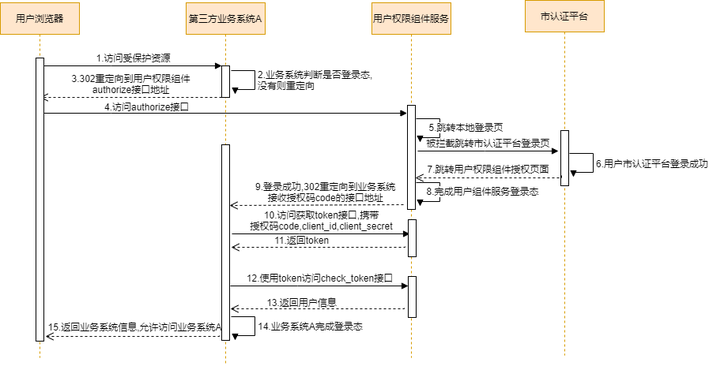
Earlier version of the draw.io export 用户权限组件单点登录市认证.png (lsdu0/drawio). Source tidied: cells renumbered, new cells last; positions are measured from the earlier drawing's top-left corner, leaving out a move shared by most shapes.
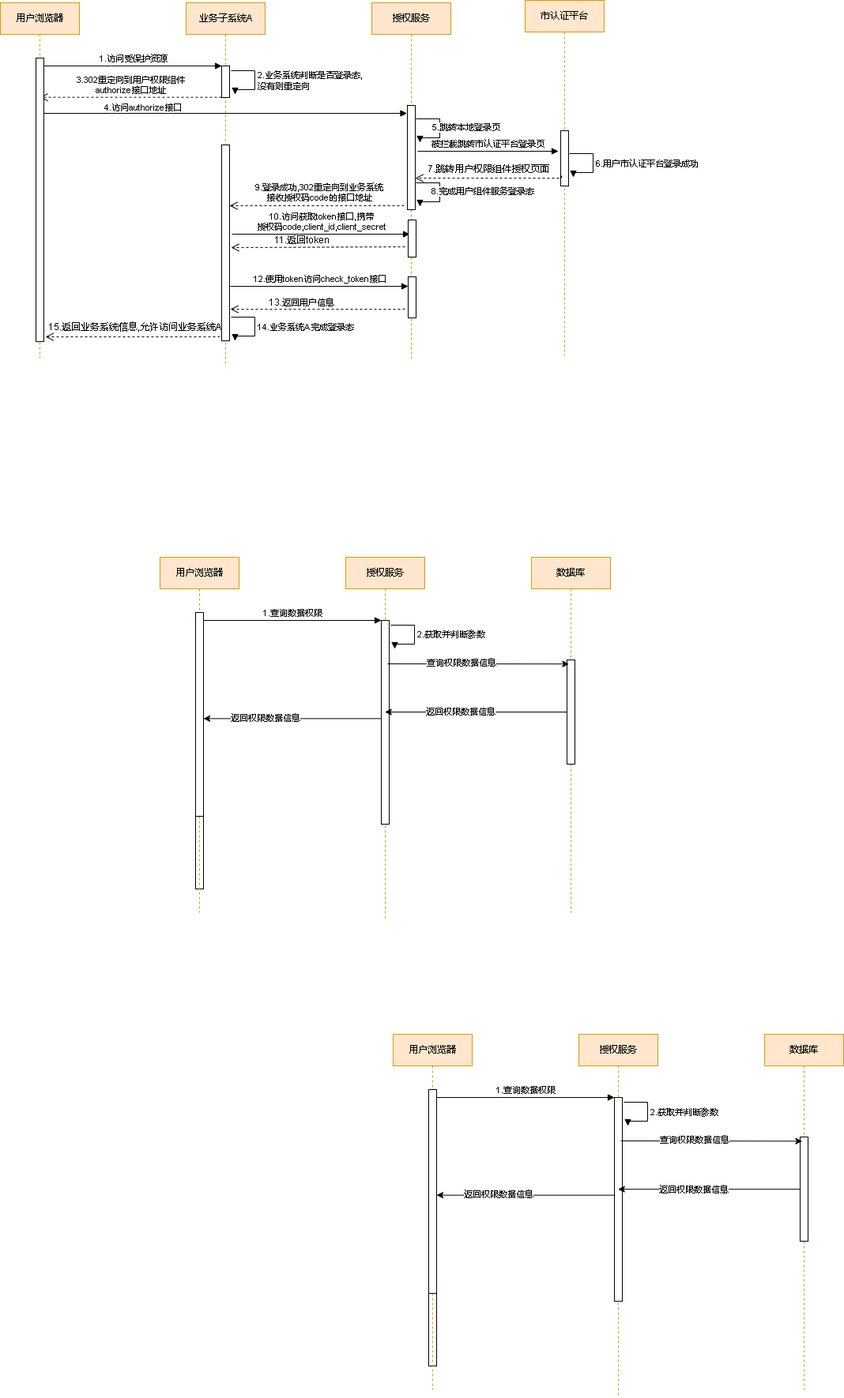
After the change.

Commit message:
更新用户权限组件单点登录市认证.png

Change to the diagram source:
```diff
@@ -5,7 +5,7 @@
     <mxCell id="2" style="html=1;points=[];perimeter=orthogonalPerimeter;outlineConnect=0;targetShapes=umlLifeline;portConstraint=eastwest;newEdgeStyle={&quot;edgeStyle&quot;:&quot;elbowEdgeStyle&quot;,&quot;elbow&quot;:&quot;vertical&quot;,&quot;curved&quot;:0,&quot;rounded&quot;:0};" parent="1" vertex="1">
       <mxGeometry x="45" y="73" width="10" height="350" as="geometry" />
     </mxCell>
-    <mxCell id="3" value="第三方业务系统A" style="shape=umlLifeline;perimeter=lifelinePerimeter;whiteSpace=wrap;html=1;newEdgeStyle={&quot;edgeStyle&quot;:&quot;elbowEdgeStyle&quot;,&quot;elbow&quot;:&quot;vertical&quot;,&quot;curved&quot;:0,&quot;rounded&quot;:0};fillColor=#ffe6cc;strokeColor=#d79b00;" parent="1" vertex="1">
+    <mxCell id="3" value="业务子系统A" style="shape=umlLifeline;perimeter=lifelinePerimeter;whiteSpace=wrap;html=1;newEdgeStyle={&quot;edgeStyle&quot;:&quot;elbowEdgeStyle&quot;,&quot;elbow&quot;:&quot;vertical&quot;,&quot;curved&quot;:0,&quot;rounded&quot;:0};fillColor=#ffe6cc;strokeColor=#d79b00;" parent="1" vertex="1">
       <mxGeometry x="235" y="3" width="100" height="460" as="geometry" />
     </mxCell>
     <mxCell id="4" style="html=1;points=[];perimeter=orthogonalPerimeter;outlineConnect=0;targetShapes=umlLifeline;portConstraint=eastwest;newEdgeStyle={&quot;edgeStyle&quot;:&quot;elbowEdgeStyle&quot;,&quot;elbow&quot;:&quot;vertical&quot;,&quot;curved&quot;:0,&quot;rounded&quot;:0};" parent="3" vertex="1">
@@ -32,7 +32,7 @@
         </Array>
       </mxGeometry>
     </mxCell>
-    <mxCell id="8" value="用户权限组件服务" style="shape=umlLifeline;perimeter=lifelinePerimeter;whiteSpace=wrap;html=1;newEdgeStyle={&quot;edgeStyle&quot;:&quot;elbowEdgeStyle&quot;,&quot;elbow&quot;:&quot;vertical&quot;,&quot;curved&quot;:0,&quot;rounded&quot;:0};fillColor=#ffe6cc;strokeColor=#d79b00;" parent="1" vertex="1">
+    <mxCell id="8" value="授权服务" style="shape=umlLifeline;perimeter=lifelinePerimeter;whiteSpace=wrap;html=1;newEdgeStyle={&quot;edgeStyle&quot;:&quot;elbowEdgeStyle&quot;,&quot;elbow&quot;:&quot;vertical&quot;,&quot;curved&quot;:0,&quot;rounded&quot;:0};fillColor=#ffe6cc;strokeColor=#d79b00;" parent="1" vertex="1">
       <mxGeometry x="470" y="3" width="100" height="450" as="geometry" />
     </mxCell>
     <mxCell id="9" style="html=1;points=[];perimeter=orthogonalPerimeter;outlineConnect=0;targetShapes=umlLifeline;portConstraint=eastwest;newEdgeStyle={&quot;edgeStyle&quot;:&quot;elbowEdgeStyle&quot;,&quot;elbow&quot;:&quot;vertical&quot;,&quot;curved&quot;:0,&quot;rounded&quot;:0};" parent="8" vertex="1">
@@ -220,5 +220,147 @@
         <mxPoint x="49" y="-6" as="offset" />
       </mxGeometry>
     </mxCell>
+    <mxCell id="39" style="html=1;points=[];perimeter=orthogonalPerimeter;outlineConnect=0;targetShapes=umlLifeline;portConstraint=eastwest;newEdgeStyle={&quot;edgeStyle&quot;:&quot;elbowEdgeStyle&quot;,&quot;elbow&quot;:&quot;vertical&quot;,&quot;curved&quot;:0,&quot;rounded&quot;:0};" parent="1" vertex="1">
+      <mxGeometry x="247" y="775" width="10" height="350" as="geometry" />
+    </mxCell>
+    <mxCell id="40" value="授权服务" style="shape=umlLifeline;perimeter=lifelinePerimeter;whiteSpace=wrap;html=1;outlineConnect=0;portConstraint=eastwest;newEdgeStyle={&quot;edgeStyle&quot;:&quot;elbowEdgeStyle&quot;,&quot;elbow&quot;:&quot;vertical&quot;,&quot;curved&quot;:0,&quot;rounded&quot;:0};fillColor=#ffe6cc;strokeColor=#d79b00;" parent="1" vertex="1">
+      <mxGeometry x="437" y="705" width="100" height="460" as="geometry" />
+    </mxCell>
+    <mxCell id="41" style="html=1;points=[];perimeter=orthogonalPerimeter;outlineConnect=0;targetShapes=umlLifeline;portConstraint=eastwest;newEdgeStyle={&quot;edgeStyle&quot;:&quot;elbowEdgeStyle&quot;,&quot;elbow&quot;:&quot;vertical&quot;,&quot;curved&quot;:0,&quot;rounded&quot;:0};" parent="40" vertex="1">
+      <mxGeometry x="45" y="80" width="10" height="258" as="geometry" />
+    </mxCell>
+    <mxCell id="42" value="2.获取并判断参数" style="html=1;align=left;spacingLeft=2;endArrow=block;rounded=0;edgeStyle=orthogonalEdgeStyle;curved=0;rounded=0;" parent="40" edge="1">
+      <mxGeometry relative="1" as="geometry">
+        <mxPoint x="57" y="86" as="sourcePoint" />
+        <mxPoint x="62" y="116" as="targetPoint" />
+        <Array as="points">
+          <mxPoint x="87" y="86" />
+          <mxPoint x="87" y="110" />
+          <mxPoint x="62" y="110" />
+        </Array>
+      </mxGeometry>
+    </mxCell>
+    <mxCell id="43" value="1.查询数据权限" style="html=1;verticalAlign=bottom;endArrow=block;edgeStyle=elbowEdgeStyle;elbow=horizontal;curved=0;rounded=0;" parent="1" edge="1" source="39" target="41">
+      <mxGeometry relative="1" as="geometry">
+        <Array as="points">
+          <mxPoint x="342" y="785" />
+        </Array>
+      </mxGeometry>
+    </mxCell>
+    <mxCell id="44" value="数据库" style="shape=umlLifeline;perimeter=lifelinePerimeter;whiteSpace=wrap;html=1;newEdgeStyle={&quot;edgeStyle&quot;:&quot;elbowEdgeStyle&quot;,&quot;elbow&quot;:&quot;vertical&quot;,&quot;curved&quot;:0,&quot;rounded&quot;:0};fillColor=#ffe6cc;strokeColor=#d79b00;" parent="1" vertex="1">
+      <mxGeometry x="672" y="705" width="100" height="450" as="geometry" />
+    </mxCell>
+    <mxCell id="45" style="html=1;points=[];perimeter=orthogonalPerimeter;outlineConnect=0;targetShapes=umlLifeline;portConstraint=eastwest;newEdgeStyle={&quot;edgeStyle&quot;:&quot;elbowEdgeStyle&quot;,&quot;elbow&quot;:&quot;vertical&quot;,&quot;curved&quot;:0,&quot;rounded&quot;:0};" parent="44" vertex="1">
+      <mxGeometry x="45" y="130" width="10" height="132" as="geometry" />
+    </mxCell>
+    <mxCell id="46" style="html=1;verticalAlign=bottom;endArrow=open;dashed=1;endSize=8;edgeStyle=elbowEdgeStyle;elbow=vertical;curved=0;rounded=0;" parent="1" edge="1">
+      <mxGeometry x="-1" y="116" relative="1" as="geometry">
+        <mxPoint x="487" y="909.8" as="sourcePoint" />
+        <mxPoint x="487" y="910" as="targetPoint" />
+        <mxPoint x="115" y="-15" as="offset" />
+      </mxGeometry>
+    </mxCell>
+    <mxCell id="47" value="用户浏览器" style="shape=umlLifeline;perimeter=lifelinePerimeter;whiteSpace=wrap;html=1;newEdgeStyle={&quot;edgeStyle&quot;:&quot;elbowEdgeStyle&quot;,&quot;elbow&quot;:&quot;vertical&quot;,&quot;curved&quot;:0,&quot;rounded&quot;:0};fillColor=#ffe6cc;strokeColor=#d79b00;" parent="1" vertex="1">
+      <mxGeometry x="202" y="705" width="100" height="450" as="geometry" />
+    </mxCell>
+    <mxCell id="48" style="html=1;points=[];perimeter=orthogonalPerimeter;outlineConnect=0;targetShapes=umlLifeline;portConstraint=eastwest;newEdgeStyle={&quot;edgeStyle&quot;:&quot;elbowEdgeStyle&quot;,&quot;elbow&quot;:&quot;vertical&quot;,&quot;curved&quot;:0,&quot;rounded&quot;:0};" parent="47" vertex="1">
+      <mxGeometry x="45" y="70" width="10" height="258" as="geometry" />
+    </mxCell>
+    <mxCell id="49" style="edgeStyle=elbowEdgeStyle;rounded=0;orthogonalLoop=1;jettySize=auto;html=1;elbow=vertical;curved=0;" parent="1" edge="1">
+      <mxGeometry relative="1" as="geometry">
+        <mxPoint x="490" y="840" as="sourcePoint" />
+        <mxPoint x="719.5" y="840" as="targetPoint" />
+      </mxGeometry>
+    </mxCell>
+    <mxCell id="50" value="查询权限数据信息" style="edgeLabel;html=1;align=center;verticalAlign=middle;" parent="49" vertex="1">
+      <mxGeometry x="-0.21" y="2" relative="1" as="geometry">
+        <mxPoint x="1" as="offset" />
+      </mxGeometry>
+    </mxCell>
+    <mxCell id="51" style="edgeStyle=elbowEdgeStyle;rounded=0;jettySize=auto;html=1;elbow=vertical;curved=0;" parent="1" edge="1" source="45" target="40">
+      <mxGeometry relative="1" as="geometry" />
+    </mxCell>
+    <mxCell id="52" value="返回权限数据信息" style="edgeLabel;html=1;align=center;verticalAlign=middle;" parent="51" vertex="1">
+      <mxGeometry x="0.38" y="-2" relative="1" as="geometry">
+        <mxPoint x="24" y="2" as="offset" />
+      </mxGeometry>
+    </mxCell>
+    <mxCell id="53" style="edgeStyle=elbowEdgeStyle;rounded=0;jettySize=auto;html=1;elbow=vertical;curved=0;" parent="1" edge="1" source="41" target="48">
+      <mxGeometry relative="1" as="geometry" />
+    </mxCell>
+    <mxCell id="54" value="返回权限数据信息" style="edgeLabel;html=1;align=center;verticalAlign=middle;" parent="53" vertex="1">
+      <mxGeometry x="0.31" y="-1" relative="1" as="geometry" />
+    </mxCell>
+    <mxCell id="55" style="html=1;points=[];perimeter=orthogonalPerimeter;outlineConnect=0;targetShapes=umlLifeline;portConstraint=eastwest;newEdgeStyle={&quot;edgeStyle&quot;:&quot;elbowEdgeStyle&quot;,&quot;elbow&quot;:&quot;vertical&quot;,&quot;curved&quot;:0,&quot;rounded&quot;:0};" parent="1" vertex="1">
+      <mxGeometry x="542" y="1379" width="10" height="350" as="geometry" />
+    </mxCell>
+    <mxCell id="56" value="授权服务" style="shape=umlLifeline;perimeter=lifelinePerimeter;whiteSpace=wrap;html=1;outlineConnect=0;portConstraint=eastwest;newEdgeStyle={&quot;edgeStyle&quot;:&quot;elbowEdgeStyle&quot;,&quot;elbow&quot;:&quot;vertical&quot;,&quot;curved&quot;:0,&quot;rounded&quot;:0};fillColor=#ffe6cc;strokeColor=#d79b00;" parent="1" vertex="1">
+      <mxGeometry x="732" y="1309" width="100" height="460" as="geometry" />
+    </mxCell>
+    <mxCell id="57" style="html=1;points=[];perimeter=orthogonalPerimeter;outlineConnect=0;targetShapes=umlLifeline;portConstraint=eastwest;newEdgeStyle={&quot;edgeStyle&quot;:&quot;elbowEdgeStyle&quot;,&quot;elbow&quot;:&quot;vertical&quot;,&quot;curved&quot;:0,&quot;rounded&quot;:0};" parent="56" vertex="1">
+      <mxGeometry x="45" y="80" width="10" height="258" as="geometry" />
+    </mxCell>
+    <mxCell id="58" value="2.获取并判断参数" style="html=1;align=left;spacingLeft=2;endArrow=block;rounded=0;edgeStyle=orthogonalEdgeStyle;curved=0;rounded=0;" parent="56" edge="1">
+      <mxGeometry relative="1" as="geometry">
+        <mxPoint x="57" y="86" as="sourcePoint" />
+        <mxPoint x="62" y="116" as="targetPoint" />
+        <Array as="points">
+          <mxPoint x="87" y="86" />
+          <mxPoint x="87" y="110" />
+          <mxPoint x="62" y="110" />
+        </Array>
+      </mxGeometry>
+    </mxCell>
+    <mxCell id="59" value="1.查询数据权限" style="html=1;verticalAlign=bottom;endArrow=block;edgeStyle=elbowEdgeStyle;elbow=horizontal;curved=0;rounded=0;" parent="1" edge="1" source="55" target="57">
+      <mxGeometry relative="1" as="geometry">
+        <Array as="points">
+          <mxPoint x="637" y="1389" />
+        </Array>
+      </mxGeometry>
+    </mxCell>
+    <mxCell id="60" value="数据库" style="shape=umlLifeline;perimeter=lifelinePerimeter;whiteSpace=wrap;html=1;newEdgeStyle={&quot;edgeStyle&quot;:&quot;elbowEdgeStyle&quot;,&quot;elbow&quot;:&quot;vertical&quot;,&quot;curved&quot;:0,&quot;rounded&quot;:0};fillColor=#ffe6cc;strokeColor=#d79b00;" parent="1" vertex="1">
+      <mxGeometry x="967" y="1309" width="100" height="450" as="geometry" />
+    </mxCell>
+    <mxCell id="61" style="html=1;points=[];perimeter=orthogonalPerimeter;outlineConnect=0;targetShapes=umlLifeline;portConstraint=eastwest;newEdgeStyle={&quot;edgeStyle&quot;:&quot;elbowEdgeStyle&quot;,&quot;elbow&quot;:&quot;vertical&quot;,&quot;curved&quot;:0,&quot;rounded&quot;:0};" parent="60" vertex="1">
+      <mxGeometry x="45" y="130" width="10" height="132" as="geometry" />
+    </mxCell>
+    <mxCell id="62" style="html=1;verticalAlign=bottom;endArrow=open;dashed=1;endSize=8;edgeStyle=elbowEdgeStyle;elbow=vertical;curved=0;rounded=0;" parent="1" edge="1">
+      <mxGeometry x="-1" y="116" relative="1" as="geometry">
+        <mxPoint x="782" y="1513.8" as="sourcePoint" />
+        <mxPoint x="782" y="1514" as="targetPoint" />
+        <mxPoint x="115" y="-15" as="offset" />
+      </mxGeometry>
+    </mxCell>
+    <mxCell id="63" value="用户浏览器" style="shape=umlLifeline;perimeter=lifelinePerimeter;whiteSpace=wrap;html=1;newEdgeStyle={&quot;edgeStyle&quot;:&quot;elbowEdgeStyle&quot;,&quot;elbow&quot;:&quot;vertical&quot;,&quot;curved&quot;:0,&quot;rounded&quot;:0};fillColor=#ffe6cc;strokeColor=#d79b00;" parent="1" vertex="1">
+      <mxGeometry x="497" y="1309" width="100" height="450" as="geometry" />
+    </mxCell>
+    <mxCell id="64" style="html=1;points=[];perimeter=orthogonalPerimeter;outlineConnect=0;targetShapes=umlLifeline;portConstraint=eastwest;newEdgeStyle={&quot;edgeStyle&quot;:&quot;elbowEdgeStyle&quot;,&quot;elbow&quot;:&quot;vertical&quot;,&quot;curved&quot;:0,&quot;rounded&quot;:0};" parent="63" vertex="1">
+      <mxGeometry x="45" y="70" width="10" height="258" as="geometry" />
+    </mxCell>
+    <mxCell id="65" style="edgeStyle=elbowEdgeStyle;rounded=0;orthogonalLoop=1;jettySize=auto;html=1;elbow=vertical;curved=0;" parent="1" edge="1">
+      <mxGeometry relative="1" as="geometry">
+        <mxPoint x="785" y="1444" as="sourcePoint" />
+        <mxPoint x="1014.5" y="1444" as="targetPoint" />
+      </mxGeometry>
+    </mxCell>
+    <mxCell id="66" value="查询权限数据信息" style="edgeLabel;html=1;align=center;verticalAlign=middle;" parent="65" vertex="1">
+      <mxGeometry x="-0.21" y="2" relative="1" as="geometry">
+        <mxPoint x="1" as="offset" />
+      </mxGeometry>
+    </mxCell>
+    <mxCell id="67" style="edgeStyle=elbowEdgeStyle;rounded=0;jettySize=auto;html=1;elbow=vertical;curved=0;" parent="1" edge="1" source="61" target="56">
+      <mxGeometry relative="1" as="geometry" />
+    </mxCell>
+    <mxCell id="68" value="返回权限数据信息" style="edgeLabel;html=1;align=center;verticalAlign=middle;" parent="67" vertex="1">
+      <mxGeometry x="0.38" y="-2" relative="1" as="geometry">
+        <mxPoint x="24" y="2" as="offset" />
+      </mxGeometry>
+    </mxCell>
+    <mxCell id="69" style="edgeStyle=elbowEdgeStyle;rounded=0;jettySize=auto;html=1;elbow=vertical;curved=0;" parent="1" edge="1" source="57" target="64">
+      <mxGeometry relative="1" as="geometry" />
+    </mxCell>
+    <mxCell id="70" value="返回权限数据信息" style="edgeLabel;html=1;align=center;verticalAlign=middle;" parent="69" vertex="1">
+      <mxGeometry x="0.31" y="-1" relative="1" as="geometry" />
+    </mxCell>
   </root>
 </mxGraphModel>
```
